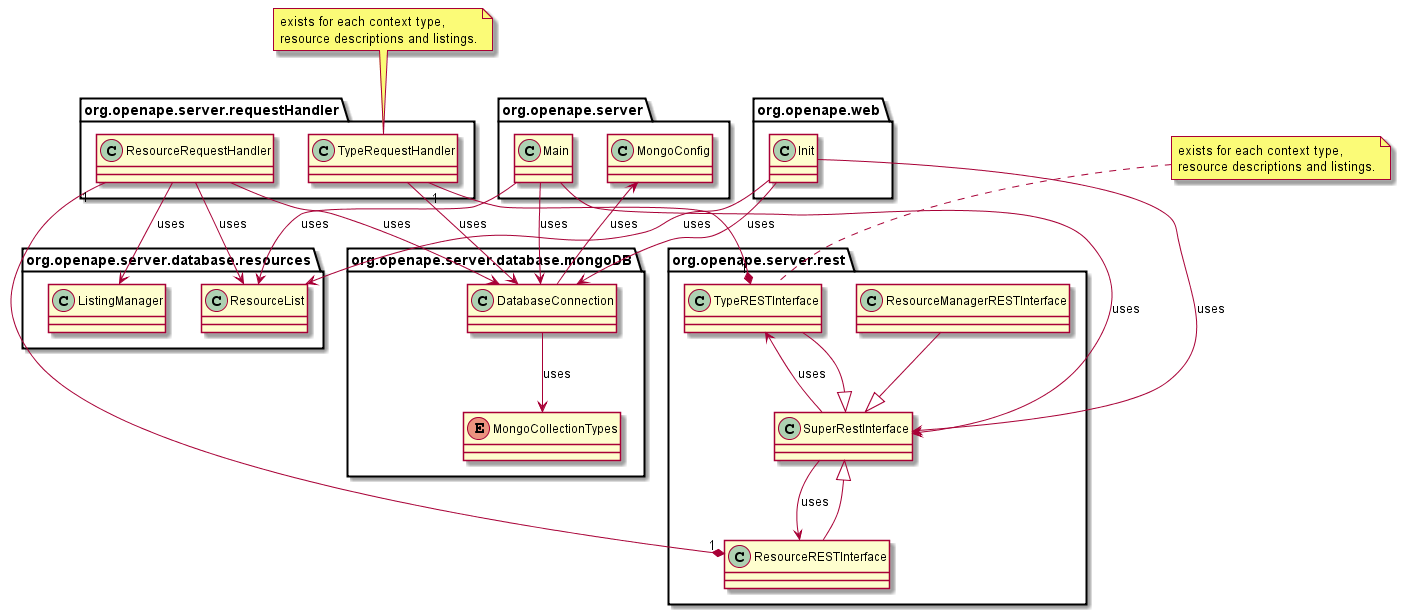
Above: documentation/uml/serveruml.png in REMEXLabs/OpenAPE (PlantUML), before the change.
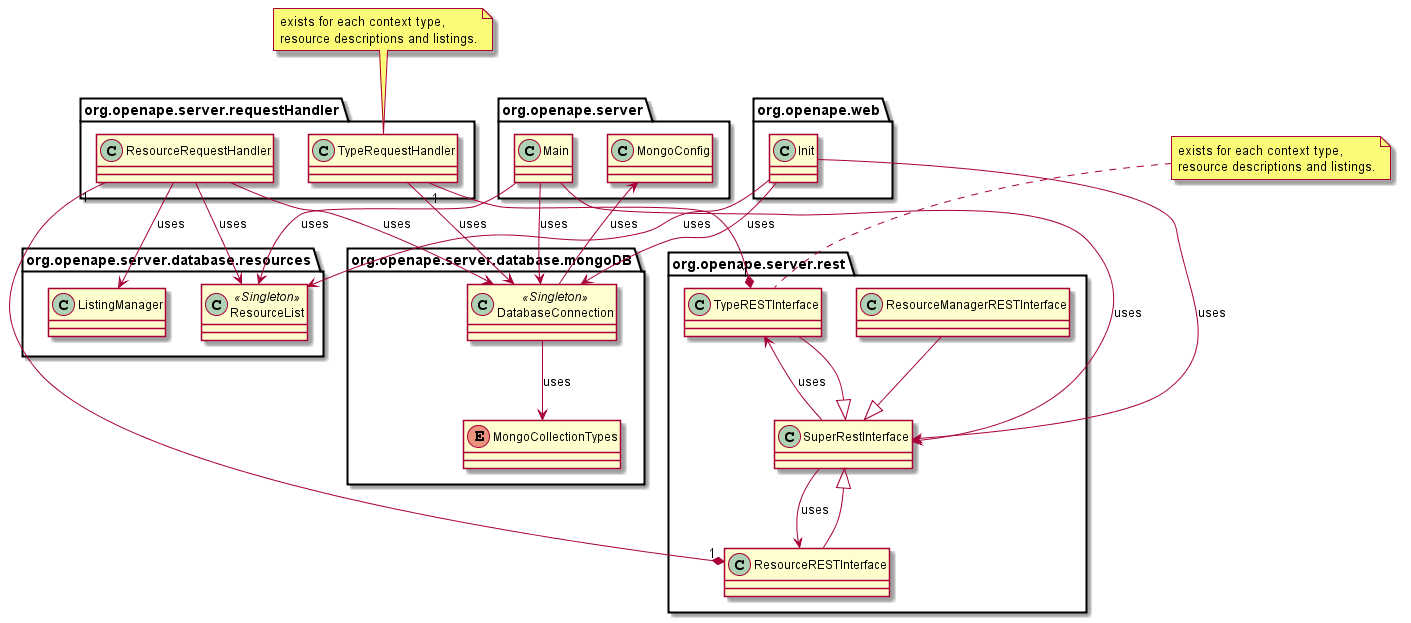
The same file after the commit.

Commit message:
feature: add fields to api uml

What changed in the source:
```diff
@@ -2,9 +2,9 @@
 class org.openape.server.Main
 class org.openape.server.MongoConfig
 class org.openape.web.Init
-class org.openape.server.database.mongoDB.DatabaseConnection
+class org.openape.server.database.mongoDB.DatabaseConnection <<Singleton>>
 class org.openape.server.database.resources.ListingManager
-class org.openape.server.database.resources.ResourceList
+class org.openape.server.database.resources.ResourceList <<Singleton>>
 class org.openape.server.requestHandler.TypeRequestHandler
 note left: exists for each context type,\nresource descriptions and listings.
 class org.openape.server.requestHandler.ResourceRequestHandler
```
